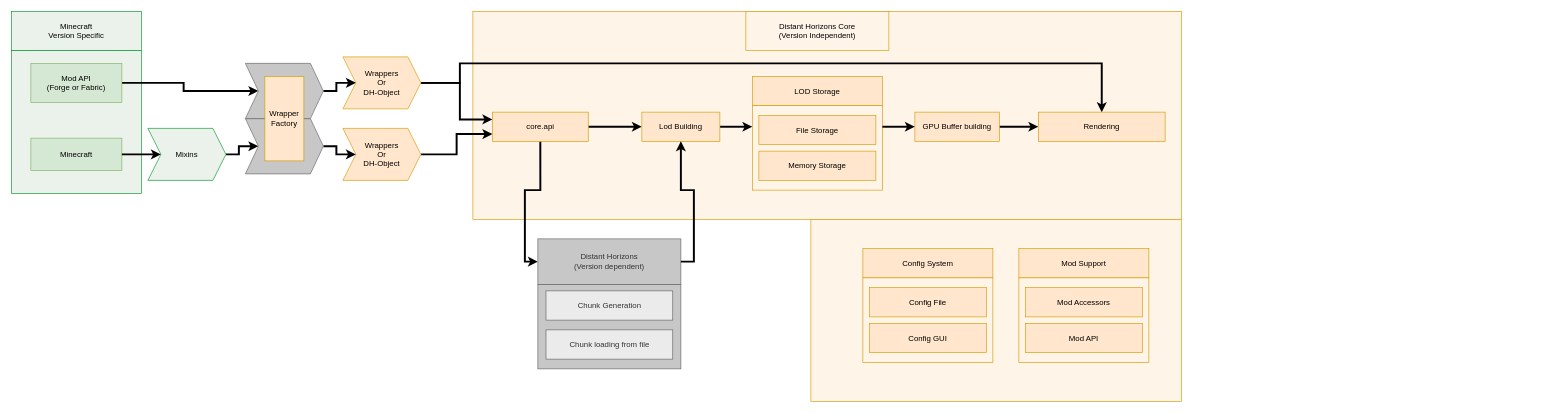
Earlier version of the draw.io diagram _wiki-files/a1.6_Flow_Diagram_Overview.drawio (pnor/distant-horizons-core). Source tidied: cells renumbered, new cells numbered last; positions are measured from the earlier drawing's top-left corner, leaving out a move shared by most shapes. Both pictures are drawn from the tidied source at 65%, with x=0, y=0 at pixel (11, 11).
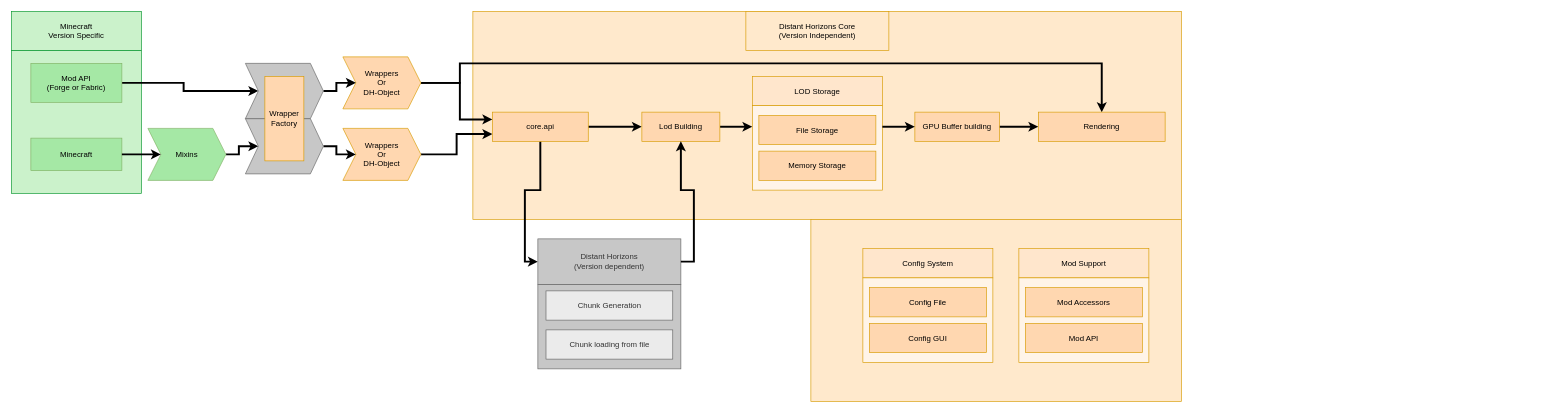
The same diagram, later.

Commit message:
Improve the coloring in a1.6_Flow_Diagram_Overview.drawio

The change refers to these unchanged cells:
```xml
<mxCell id="30" style="group;" parent="1" vertex="1">
  <mxGeometry x="1310" y="325" width="1040" height="275" as="geometry" />
</mxCell>
<mxCell id="32" style="group;" parent="30" vertex="1">
  <mxGeometry x="240" y="40" width="200" height="175" as="geometry" />
</mxCell>
<mxCell id="41" style="group;" parent="1" vertex="1">
  <mxGeometry x="1140" y="100" width="200" height="175" as="geometry" />
</mxCell>
```

Change to the diagram source:
```diff
@@
-    <mxCell id="2" style="rounded=0;whiteSpace=wrap;html=1;labelBackgroundColor=none;fillColor=#FFF4E8;strokeColor=#d79b00;" parent="1" vertex="1">
+    <mxCell id="2" style="rounded=0;whiteSpace=wrap;html=1;labelBackgroundColor=none;fillColor=#FFE9CC;strokeColor=#d79b00;" parent="1" vertex="1">
       <mxGeometry x="710" width="1090" height="320" as="geometry" />
     </mxCell>
-    <mxCell id="3" style="rounded=0;whiteSpace=wrap;html=1;labelBackgroundColor=none;fillColor=#EBF2EB;strokeColor=#06962D;" parent="1" vertex="1">
+    <mxCell id="3" style="rounded=0;whiteSpace=wrap;html=1;labelBackgroundColor=none;fillColor=#CBF2CB;strokeColor=#06962D;gradientColor=none;" parent="1" vertex="1">
       <mxGeometry y="60" width="200" height="220" as="geometry" />
     </mxCell>
-    <mxCell id="4" value="Minecraft &lt;br&gt;Version Specific" style="rounded=0;whiteSpace=wrap;html=1;labelBackgroundColor=none;fillColor=#EBF2EB;strokeColor=#06962D;" parent="1" vertex="1">
+    <mxCell id="4" value="Minecraft &lt;br&gt;Version Specific" style="rounded=0;whiteSpace=wrap;html=1;labelBackgroundColor=none;fillColor=#CBF2CB;strokeColor=#06962D;gradientColor=none;" parent="1" vertex="1">
       <mxGeometry width="200" height="60" as="geometry" />
     </mxCell>
-    <mxCell id="5" value="Minecraft" style="rounded=0;whiteSpace=wrap;html=1;fillColor=#D5E8D4;strokeColor=#82b366;" parent="1" vertex="1">
+    <mxCell id="5" value="Minecraft" style="rounded=0;whiteSpace=wrap;html=1;fillColor=#A5E8A5;strokeColor=#82b366;" parent="1" vertex="1">
       <mxGeometry x="30" y="195" width="140" height="50" as="geometry" />
     </mxCell>
@@
-    <mxCell id="7" value="Mod API&lt;br&gt;(Forge or Fabric)" style="rounded=0;whiteSpace=wrap;html=1;fillColor=#D5E8D4;strokeColor=#82b366;" parent="1" vertex="1">
+    <mxCell id="7" value="Mod API&lt;br&gt;(Forge or Fabric)" style="rounded=0;whiteSpace=wrap;html=1;fillColor=#A5E8A5;strokeColor=#82b366;" parent="1" vertex="1">
       <mxGeometry x="30" y="80" width="140" height="60" as="geometry" />
     </mxCell>
-    <mxCell id="8" value="Distant Horizons Core&lt;br&gt;(Version Independent)" style="rounded=0;whiteSpace=wrap;html=1;labelBackgroundColor=none;fillColor=#FFF4E8;strokeColor=#d79b00;" parent="1" vertex="1">
+    <mxCell id="8" value="Distant Horizons Core&lt;br&gt;(Version Independent)" style="rounded=0;whiteSpace=wrap;html=1;labelBackgroundColor=none;fillColor=#FFE9CC;strokeColor=#d79b00;" parent="1" vertex="1">
       <mxGeometry x="1130" width="220" height="60" as="geometry" />
     </mxCell>
@@
-    <mxCell id="11" value="Wrappers&lt;br&gt;Or&lt;br&gt;&lt;div&gt;DH-Object&lt;/div&gt;" style="shape=step;perimeter=stepPerimeter;whiteSpace=wrap;html=1;fixedSize=1;fillColor=#ffe6cc;strokeColor=#d79b00;rounded=0;labelBackgroundColor=none;" parent="1" vertex="1">
+    <mxCell id="11" value="Wrappers&lt;br&gt;Or&lt;br&gt;&lt;div&gt;DH-Object&lt;/div&gt;" style="shape=step;perimeter=stepPerimeter;whiteSpace=wrap;html=1;fixedSize=1;fillColor=#FFD7B0;strokeColor=#d79b00;rounded=0;labelBackgroundColor=none;" parent="1" vertex="1">
       <mxGeometry x="510" y="70" width="120" height="80" as="geometry" />
     </mxCell>
@@
-    <mxCell id="13" value="Mixins" style="shape=step;perimeter=stepPerimeter;whiteSpace=wrap;html=1;fixedSize=1;fillColor=#EBF2EB;strokeColor=#06962D;rounded=0;labelBackgroundColor=none;" parent="1" vertex="1">
+    <mxCell id="13" value="Mixins" style="shape=step;perimeter=stepPerimeter;whiteSpace=wrap;html=1;fixedSize=1;fillColor=#A5E8A5;strokeColor=#82b366;rounded=0;labelBackgroundColor=none;" parent="1" vertex="1">
       <mxGeometry x="210" y="180" width="120" height="80" as="geometry" />
     </mxCell>
@@
-    <mxCell id="16" value="Wrappers&lt;br&gt;Or&lt;br&gt;&lt;div&gt;DH-Object&lt;/div&gt;" style="shape=step;perimeter=stepPerimeter;whiteSpace=wrap;html=1;fixedSize=1;fillColor=#ffe6cc;strokeColor=#d79b00;rounded=0;labelBackgroundColor=none;" parent="1" vertex="1">
+    <mxCell id="16" value="Wrappers&lt;br&gt;Or&lt;br&gt;&lt;div&gt;DH-Object&lt;/div&gt;" style="shape=step;perimeter=stepPerimeter;whiteSpace=wrap;html=1;fixedSize=1;fillColor=#FFD7B0;strokeColor=#d79b00;rounded=0;labelBackgroundColor=none;" parent="1" vertex="1">
       <mxGeometry x="510" y="180" width="120" height="80" as="geometry" />
     </mxCell>
@@
-    <mxCell id="19" value="core.api" style="rounded=0;whiteSpace=wrap;html=1;labelBackgroundColor=none;fillColor=#ffe6cc;strokeColor=#d79b00;" parent="1" vertex="1">
+    <mxCell id="19" value="core.api" style="rounded=0;whiteSpace=wrap;html=1;labelBackgroundColor=none;fillColor=#FFD7B0;strokeColor=#d79b00;" parent="1" vertex="1">
       <mxGeometry x="740" y="155" width="147.5" height="45" as="geometry" />
     </mxCell>
@@
-    <mxCell id="24" value="&lt;div&gt;Wrapper&lt;/div&gt;&lt;div&gt;Factory&lt;br&gt;&lt;/div&gt;" style="rounded=0;whiteSpace=wrap;html=1;labelBackgroundColor=none;fillColor=#ffe6cc;strokeColor=#d79b00;fontColor=default;" parent="1" vertex="1">
+    <mxCell id="24" value="&lt;div&gt;Wrapper&lt;/div&gt;&lt;div&gt;Factory&lt;br&gt;&lt;/div&gt;" style="rounded=0;whiteSpace=wrap;html=1;labelBackgroundColor=none;fillColor=#FFD7B0;strokeColor=#d79b00;fontColor=default;" parent="1" vertex="1">
       <mxGeometry x="390" y="100" width="60" height="130" as="geometry" />
     </mxCell>
@@
-    <mxCell id="26" value="GPU Buffer building" style="rounded=0;whiteSpace=wrap;html=1;labelBackgroundColor=none;fillColor=#ffe6cc;strokeColor=#d79b00;" parent="1" vertex="1">
+    <mxCell id="26" value="GPU Buffer building" style="rounded=0;whiteSpace=wrap;html=1;labelBackgroundColor=none;fillColor=#FFD7B0;strokeColor=#d79b00;" parent="1" vertex="1">
       <mxGeometry x="1390" y="155" width="130" height="45" as="geometry" />
     </mxCell>
-    <mxCell id="27" value="Rendering" style="rounded=0;whiteSpace=wrap;html=1;labelBackgroundColor=none;fillColor=#ffe6cc;strokeColor=#d79b00;" parent="1" vertex="1">
+    <mxCell id="27" value="Rendering" style="rounded=0;whiteSpace=wrap;html=1;labelBackgroundColor=none;fillColor=#FFD7B0;strokeColor=#d79b00;" parent="1" vertex="1">
       <mxGeometry x="1580" y="155" width="195" height="45" as="geometry" />
     </mxCell>
@@
-    <mxCell id="29" value="Lod Building" style="rounded=0;whiteSpace=wrap;html=1;labelBackgroundColor=none;fillColor=#ffe6cc;strokeColor=#d79b00;" parent="1" vertex="1">
+    <mxCell id="29" value="Lod Building" style="rounded=0;whiteSpace=wrap;html=1;labelBackgroundColor=none;fillColor=#FFD7B0;strokeColor=#d79b00;" parent="1" vertex="1">
       <mxGeometry x="970" y="155" width="120" height="45" as="geometry" />
     </mxCell>
@@
-    <mxCell id="31" style="rounded=0;whiteSpace=wrap;html=1;labelBackgroundColor=none;fillColor=#FFF4E8;strokeColor=#d79b00;" parent="30" vertex="1">
+    <mxCell id="31" style="rounded=0;whiteSpace=wrap;html=1;labelBackgroundColor=none;fillColor=#FFE9CC;strokeColor=#d79b00;" parent="30" vertex="1">
       <mxGeometry x="-80" y="-5" width="570" height="280" as="geometry" />
     </mxCell>
@@
-    <mxCell id="35" value="Mod API" style="rounded=0;whiteSpace=wrap;html=1;labelBackgroundColor=none;fillColor=#ffe6cc;strokeColor=#d79b00;" parent="32" vertex="1">
+    <mxCell id="35" value="Mod API" style="rounded=0;whiteSpace=wrap;html=1;labelBackgroundColor=none;fillColor=#FFD7B0;strokeColor=#d79b00;" parent="32" vertex="1">
       <mxGeometry x="10" y="115" width="180" height="45" as="geometry" />
     </mxCell>
-    <mxCell id="36" value="Mod Accessors" style="rounded=0;whiteSpace=wrap;html=1;labelBackgroundColor=none;fillColor=#ffe6cc;strokeColor=#d79b00;" parent="32" vertex="1">
+    <mxCell id="36" value="Mod Accessors" style="rounded=0;whiteSpace=wrap;html=1;labelBackgroundColor=none;fillColor=#FFD7B0;strokeColor=#d79b00;" parent="32" vertex="1">
       <mxGeometry x="10" y="60" width="180" height="45" as="geometry" />
     </mxCell>
@@
-    <mxCell id="39" value="Config GUI" style="rounded=0;whiteSpace=wrap;html=1;labelBackgroundColor=none;fillColor=#ffe6cc;strokeColor=#d79b00;" parent="30" vertex="1">
+    <mxCell id="39" value="Config GUI" style="rounded=0;whiteSpace=wrap;html=1;labelBackgroundColor=none;fillColor=#FFD7B0;strokeColor=#d79b00;" parent="30" vertex="1">
       <mxGeometry x="10" y="155" width="180" height="45" as="geometry" />
     </mxCell>
-    <mxCell id="40" value="Config File" style="rounded=0;whiteSpace=wrap;html=1;labelBackgroundColor=none;fillColor=#ffe6cc;strokeColor=#d79b00;" parent="30" vertex="1">
+    <mxCell id="40" value="Config File" style="rounded=0;whiteSpace=wrap;html=1;labelBackgroundColor=none;fillColor=#FFD7B0;strokeColor=#d79b00;" parent="30" vertex="1">
       <mxGeometry x="10" y="100" width="180" height="45" as="geometry" />
     </mxCell>
@@
-    <mxCell id="44" value="Memory Storage" style="rounded=0;whiteSpace=wrap;html=1;labelBackgroundColor=none;fillColor=#ffe6cc;strokeColor=#d79b00;" parent="41" vertex="1">
+    <mxCell id="44" value="Memory Storage" style="rounded=0;whiteSpace=wrap;html=1;labelBackgroundColor=none;fillColor=#FFD7B0;strokeColor=#d79b00;" parent="41" vertex="1">
       <mxGeometry x="10" y="115" width="180" height="45" as="geometry" />
     </mxCell>
-    <mxCell id="45" value="&lt;div&gt;File Storage&lt;/div&gt;" style="rounded=0;whiteSpace=wrap;html=1;labelBackgroundColor=none;fillColor=#ffe6cc;strokeColor=#d79b00;" parent="41" vertex="1">
+    <mxCell id="45" value="&lt;div&gt;File Storage&lt;/div&gt;" style="rounded=0;whiteSpace=wrap;html=1;labelBackgroundColor=none;fillColor=#FFD7B0;strokeColor=#d79b00;" parent="41" vertex="1">
       <mxGeometry x="10" y="60" width="180" height="45" as="geometry" />
     </mxCell>
```
